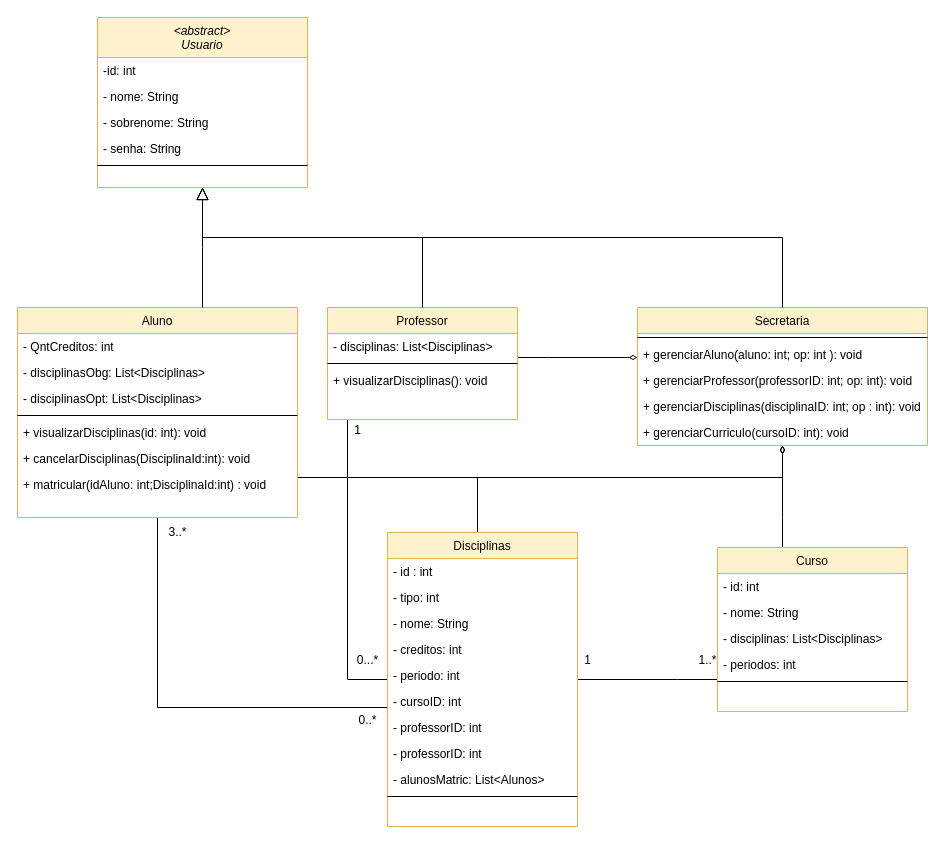
Before: projeto/uml.drawio in BelleNerissa/lab4-matricula, a draw.io diagram. Source tidied: cells renumbered, new cells numbered last; positions are measured from the earlier drawing's top-left corner, leaving out a move shared by most shapes. Both pictures are drawn from the tidied source at 100%, with x=0, y=0 at pixel (17, 17).
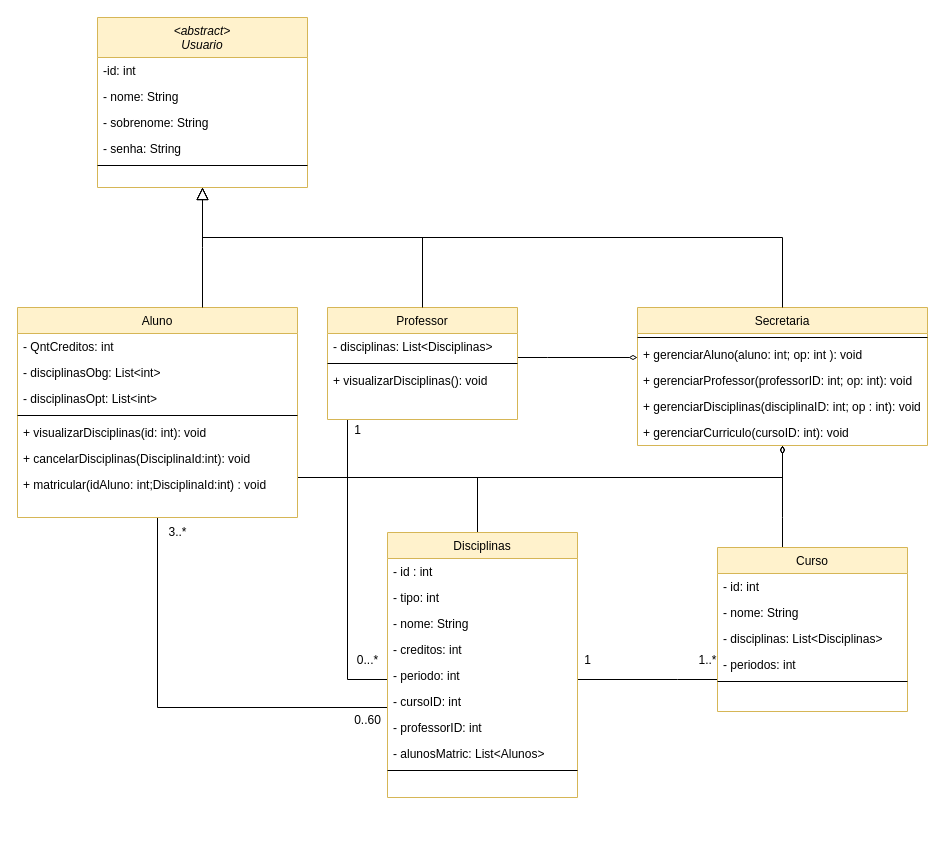
After the change.

The change refers to these unchanged cells:
```xml
<mxCell id="11" value="Aluno" style="swimlane;fontStyle=0;align=center;verticalAlign=top;horizontal=1;startSize=26;rounded=0;shadow=0;strokeWidth=1;fillColor=#fff2cc;strokeColor=#d6b656;" parent="1" vertex="1">
  <mxGeometry y="290" width="280" height="210" as="geometry" />
</mxCell>
```

The edit, as a diff of the source:
```diff
@@
-    <mxCell id="13" value="- disciplinasObg: List&lt;Disciplinas&gt;" style="text;align=left;verticalAlign=top;spacingLeft=4;spacingRight=4;overflow=hidden;rounded=0;shadow=0;html=0;" parent="11" vertex="1">
+    <mxCell id="13" value="- disciplinasObg: List&lt;int&gt;" style="text;align=left;verticalAlign=top;spacingLeft=4;spacingRight=4;overflow=hidden;rounded=0;shadow=0;html=0;" parent="11" vertex="1">
       <mxGeometry y="52" width="280" height="26" as="geometry" />
     </mxCell>
-    <mxCell id="14" value="- disciplinasOpt: List&lt;Disciplinas&gt;" style="text;align=left;verticalAlign=top;spacingLeft=4;spacingRight=4;overflow=hidden;rounded=0;shadow=0;html=0;" parent="11" vertex="1">
+    <mxCell id="14" value="- disciplinasOpt: List&lt;int&gt;" style="text;align=left;verticalAlign=top;spacingLeft=4;spacingRight=4;overflow=hidden;rounded=0;shadow=0;html=0;" parent="11" vertex="1">
       <mxGeometry y="78" width="280" height="26" as="geometry" />
     </mxCell>
@@
     <mxCell id="36" value="Disciplinas" style="swimlane;fontStyle=0;align=center;verticalAlign=top;horizontal=1;startSize=26;rounded=0;shadow=0;strokeWidth=1;fillColor=#fff2cc;strokeColor=#d6b656;" parent="1" vertex="1">
-      <mxGeometry x="370" y="515" width="190" height="294" as="geometry" />
+      <mxGeometry x="370" y="515" width="190" height="265" as="geometry" />
     </mxCell>
@@
-    <mxCell id="44" value="- professorID: int" style="text;align=left;verticalAlign=top;spacingLeft=4;spacingRight=4;overflow=hidden;rounded=0;shadow=0;html=0;" parent="36" vertex="1">
-      <mxGeometry y="208" width="190" height="26" as="geometry" />
-    </mxCell>
     <mxCell id="45" value="- alunosMatric: List&lt;Alunos&gt;" style="text;align=left;verticalAlign=top;spacingLeft=4;spacingRight=4;overflow=hidden;rounded=0;shadow=0;html=0;" parent="36" vertex="1">
-      <mxGeometry y="234" width="190" height="26" as="geometry" />
+      <mxGeometry y="208" width="190" height="26" as="geometry" />
     </mxCell>
     <mxCell id="46" style="line;html=1;strokeWidth=1;align=left;verticalAlign=middle;spacingTop=-1;spacingLeft=3;spacingRight=3;labelPosition=right;" parent="36" vertex="1">
-      <mxGeometry y="260" width="190" height="8" as="geometry" />
+      <mxGeometry y="234" width="190" height="8" as="geometry" />
     </mxCell>
@@
-    <mxCell id="56" value="0..*" style="text;html=1;align=center;verticalAlign=middle;strokeColor=none;fillColor=none;" parent="1" vertex="1">
-      <mxGeometry x="330" y="688" width="40" height="30" as="geometry" />
+    <mxCell id="56" value="0..60" style="text;html=1;align=center;verticalAlign=middle;strokeColor=none;fillColor=none;" parent="1" vertex="1">
+      <mxGeometry x="330" y="693" width="40" height="20" as="geometry" />
     </mxCell>
```
